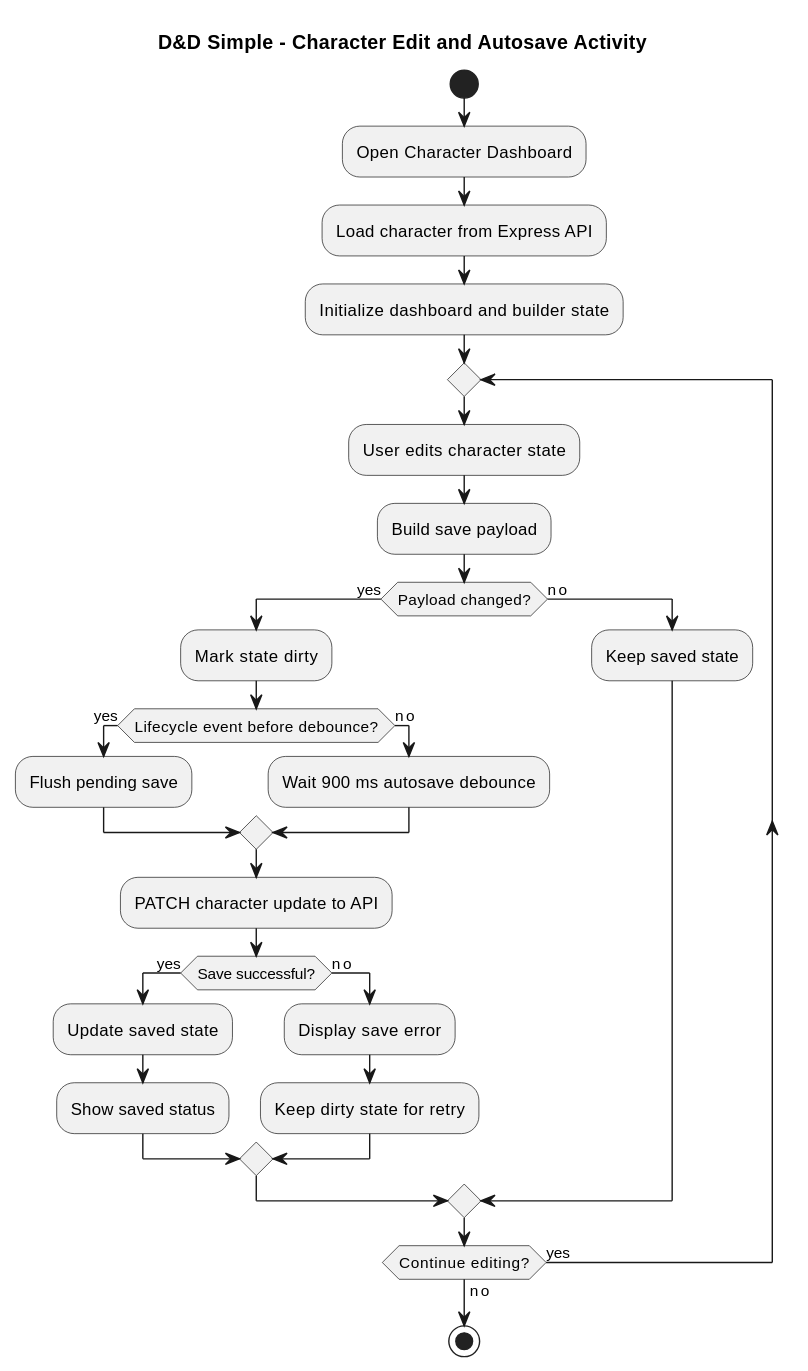
Above: docs/uml/activity-character-edit-autosave.svg in LGalof/dd-simple (PlantUML), before the change. Its source is kept beside it as docs/uml/activity-character-edit-autosave.puml. Source of this version:
```plantuml
@startuml
title D&D Simple - Character Edit and Autosave Activity

start
:Open Character Dashboard;
:Load character from Express API;
:Initialize dashboard and builder state;

repeat
  :User edits character state;
  :Build save payload;

  if (Payload changed?) then (yes)
    :Mark state dirty;

    if (Lifecycle event before debounce?) then (yes)
      :Flush pending save;
    else (no)
      :Wait 900 ms autosave debounce;
    endif

    :PATCH character update to API;

    if (Save successful?) then (yes)
      :Update saved state;
      :Show saved status;
    else (no)
      :Display save error;
      :Keep dirty state for retry;
    endif
  else (no)
    :Keep saved state;
  endif
repeat while (Continue editing?) is (yes) not (no)

stop
@enduml
```
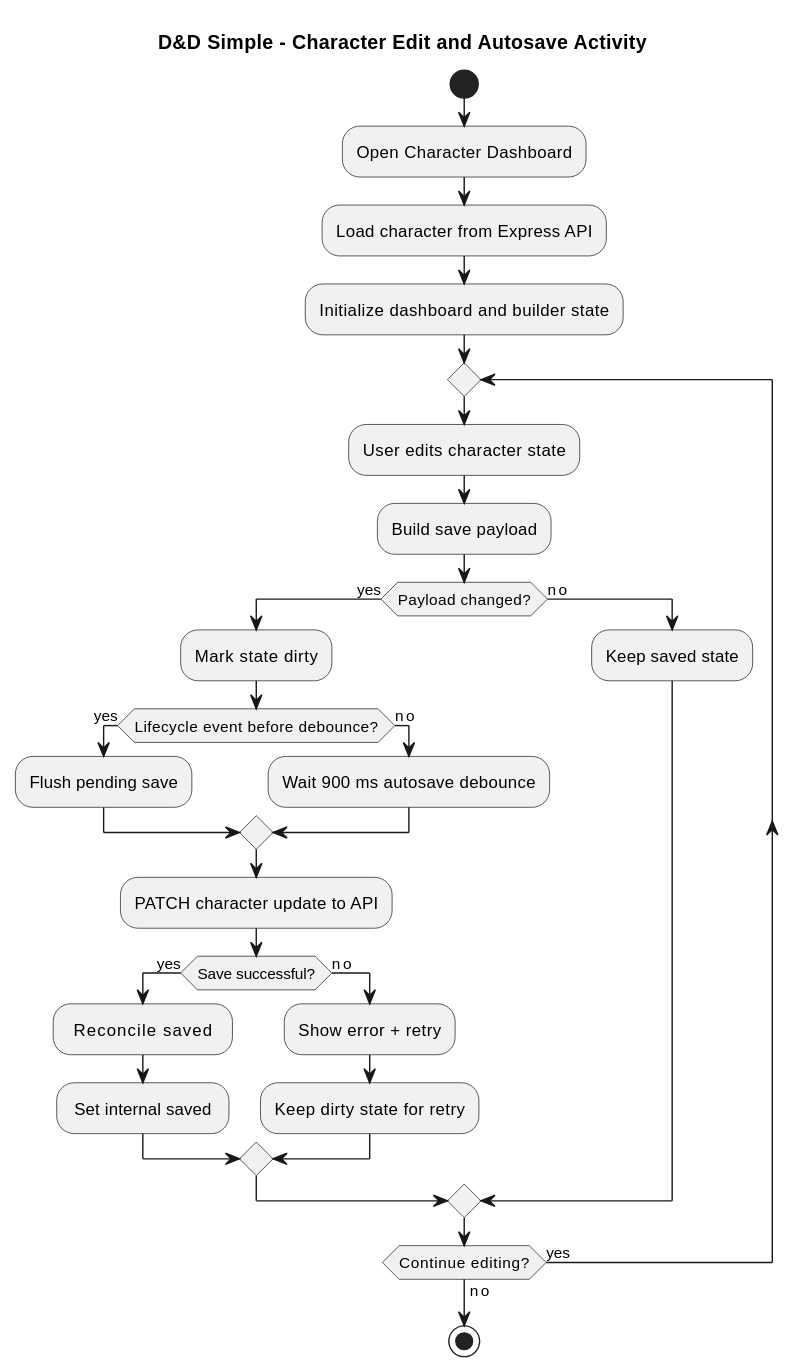
The same diagram one commit later.

Diff of the diagram source:
```diff
@@ -22,10 +22,10 @@
     :PATCH character update to API;
 
     if (Save successful?) then (yes)
-      :Update saved state;
-      :Show saved status;
+      :Reconcile saved;
+      :Set internal saved;
     else (no)
-      :Display save error;
+      :Show error + retry;
       :Keep dirty state for retry;
     endif
   else (no)
```
